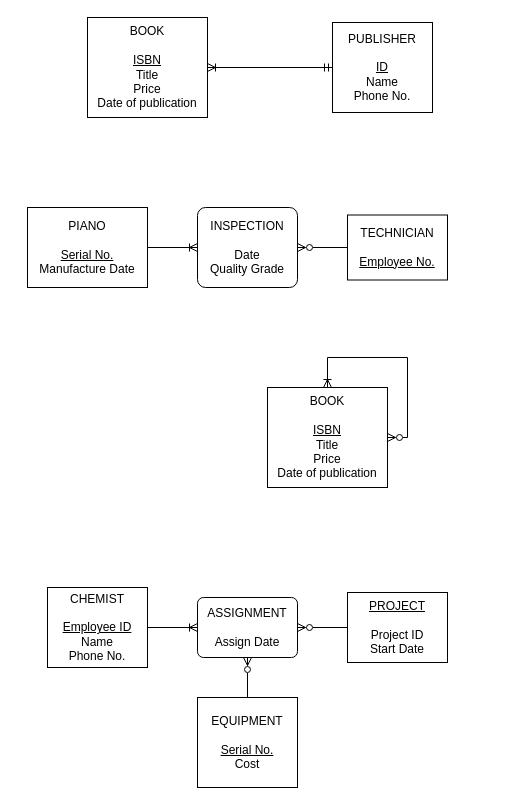
Above: NumberOne.drawio in SamanZargarzadeh/ERD (draw.io), before the change. Source tidied: cells renumbered, new cells numbered last; positions are measured from the earlier drawing's top-left corner, leaving out a move shared by most shapes. Both pictures are drawn from the tidied source at 100%, with x=0, y=0 at pixel (27, 17).
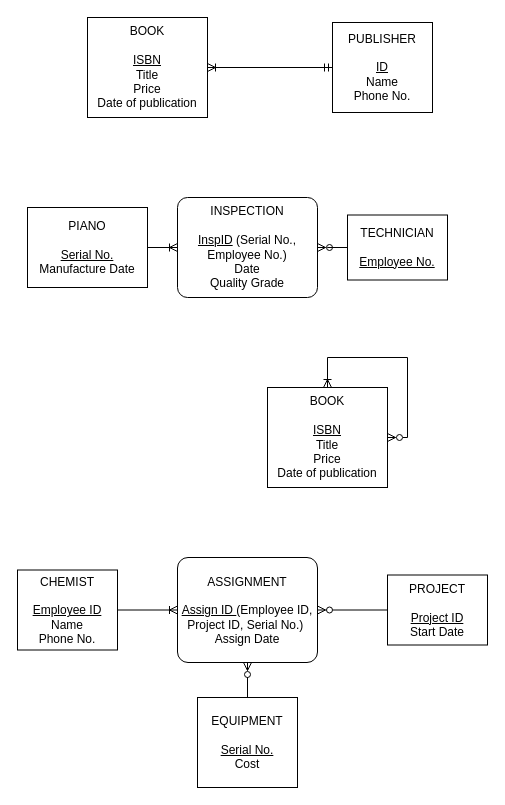
Above is the later version.

The edit, as a diff of the source:
```diff
@@
-    <mxCell id="9" value="INSPECTION&lt;br&gt;&lt;br&gt;Date&lt;br&gt;Quality Grade" style="rounded=1;arcSize=10;whiteSpace=wrap;html=1;align=center;" parent="1" vertex="1">
-      <mxGeometry x="170" y="190" width="100" height="80" as="geometry" />
+    <mxCell id="9" value="INSPECTION&lt;br&gt;&lt;br&gt;&lt;u&gt;InspID&lt;/u&gt; (Serial No., Employee No.)&lt;br&gt;Date&lt;br&gt;Quality Grade" style="rounded=1;arcSize=10;whiteSpace=wrap;html=1;align=center;" parent="1" vertex="1">
+      <mxGeometry x="150" y="180" width="140" height="100" as="geometry" />
     </mxCell>
@@
     <mxCell id="12" value="&lt;span style=&quot;text-align: start; background-color: initial;&quot;&gt;CHEMIST&lt;br&gt;&lt;/span&gt;&lt;span style=&quot;text-align: start; background-color: initial;&quot; class=&quot;Apple-converted-space&quot;&gt;&lt;br&gt;&lt;u&gt;Employee ID&lt;br&gt;&lt;/u&gt;Name&lt;br&gt;Phone No.&lt;br&gt;&lt;/span&gt;" style="whiteSpace=wrap;html=1;align=center;" parent="1" vertex="1">
-      <mxGeometry x="20" y="570" width="100" height="80" as="geometry" />
+      <mxGeometry x="-10" y="552.5" width="100" height="80" as="geometry" />
     </mxCell>
@@
-    <mxCell id="14" value="&lt;u&gt;PROJECT&lt;/u&gt;&lt;br&gt;&lt;br&gt;Project ID&lt;br&gt;Start Date" style="whiteSpace=wrap;html=1;align=center;" parent="1" vertex="1">
-      <mxGeometry x="320" y="575" width="100" height="70" as="geometry" />
+    <mxCell id="14" value="PROJECT&lt;br&gt;&lt;br&gt;&lt;u&gt;Project ID&lt;/u&gt;&lt;br&gt;Start Date" style="whiteSpace=wrap;html=1;align=center;" parent="1" vertex="1">
+      <mxGeometry x="360" y="557.5" width="100" height="70" as="geometry" />
     </mxCell>
@@
-    <mxCell id="17" value="ASSIGNMENT&lt;br&gt;&lt;br&gt;Assign Date" style="rounded=1;arcSize=10;whiteSpace=wrap;html=1;align=center;" parent="1" vertex="1">
-      <mxGeometry x="170" y="580" width="100" height="60" as="geometry" />
+    <mxCell id="17" value="ASSIGNMENT&lt;br&gt;&lt;br&gt;&lt;u&gt;Assign ID &lt;/u&gt;(Employee ID, Project ID, Serial No.)&amp;nbsp;&lt;br&gt;Assign Date" style="rounded=1;arcSize=10;whiteSpace=wrap;html=1;align=center;" parent="1" vertex="1">
+      <mxGeometry x="150" y="540" width="140" height="105" as="geometry" />
     </mxCell>
```
